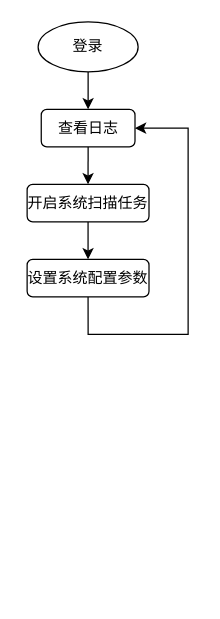
Earlier version of the draw.io diagram aqfh/漏扫/5.drawio (baibaip/diagrams). Source tidied: cells renumbered, new cells numbered last; positions are measured from the earlier drawing's top-left corner, leaving out a move shared by most shapes. Both pictures are drawn from the tidied source at 125%, with x=0, y=0 at pixel (26, 21).
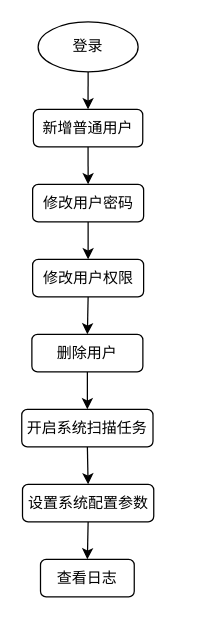
Above is the later version.

Diff of the diagram source:
```diff
@@
 <mxGraphModel>
   <root>
     <mxCell id="0" />
     <mxCell id="1" parent="0" />
     <mxCell id="2" style="edgeStyle=orthogonalEdgeStyle;rounded=0;jettySize=auto;html=1;exitX=0.5;exitY=1;exitDx=0;exitDy=0;entryX=0.5;entryY=0;entryDx=0;entryDy=0;" parent="1" edge="1" source="3" target="5">
       <mxGeometry relative="1" as="geometry" />
     </mxCell>
     <mxCell id="3" value="登录" style="ellipse;whiteSpace=wrap;html=1;" parent="1" vertex="1">
       <mxGeometry x="9" width="80" height="40" as="geometry" />
     </mxCell>
     <mxCell id="4" style="edgeStyle=orthogonalEdgeStyle;rounded=0;jettySize=auto;html=1;exitX=0.5;exitY=1;exitDx=0;exitDy=0;entryX=0.5;entryY=0;entryDx=0;entryDy=0;" parent="1" edge="1" source="5" target="7">
       <mxGeometry relative="1" as="geometry" />
     </mxCell>
-    <mxCell id="5" value="查看日志" style="rounded=1;whiteSpace=wrap;html=1;" parent="1" vertex="1">
-      <mxGeometry x="11.5" y="70" width="75" height="30" as="geometry" />
+    <mxCell id="5" value="新增普通用户" style="rounded=1;whiteSpace=wrap;html=1;" parent="1" vertex="1">
+      <mxGeometry x="5.2" y="70" width="87.5" height="30" as="geometry" />
     </mxCell>
-    <mxCell id="6" style="edgeStyle=orthogonalEdgeStyle;rounded=0;jettySize=auto;html=1;exitX=0.5;exitY=1;exitDx=0;exitDy=0;entryX=0.5;entryY=0;entryDx=0;entryDy=0;" parent="1" edge="1" source="7" target="9">
-      <mxGeometry relative="1" as="geometry" />
+    <mxCell id="6" style="edgeStyle=orthogonalEdgeStyle;rounded=0;jettySize=auto;html=1;exitX=0.5;exitY=1;exitDx=0;exitDy=0;entryX=0.5;entryY=0;entryDx=0;entryDy=0;" parent="1" edge="1" source="7">
+      <mxGeometry relative="1" as="geometry">
+        <mxPoint x="49" y="190" as="targetPoint" />
+      </mxGeometry>
     </mxCell>
-    <mxCell id="7" value="开启系统扫描任务" style="rounded=1;whiteSpace=wrap;html=1;" parent="1" vertex="1">
-      <mxGeometry x="0.2" y="130" width="97.5" height="30" as="geometry" />
+    <mxCell id="7" value="修改用户密码" style="rounded=1;whiteSpace=wrap;html=1;" parent="1" vertex="1">
+      <mxGeometry x="4.6" y="130" width="88.8" height="30" as="geometry" />
     </mxCell>
-    <mxCell id="8" style="edgeStyle=orthogonalEdgeStyle;rounded=0;jettySize=auto;html=1;exitX=0.5;exitY=1;exitDx=0;exitDy=0;entryX=1;entryY=0.5;entryDx=0;entryDy=0;" parent="1" edge="1" source="9" target="5">
-      <mxGeometry relative="1" as="geometry">
-        <Array as="points">
-          <mxPoint x="49" y="250" />
-          <mxPoint x="129" y="250" />
-          <mxPoint x="129" y="85" />
-        </Array>
-      </mxGeometry>
-    </mxCell>
+    <mxCell id="10" value="查看日志" style="rounded=1;whiteSpace=wrap;html=1;" parent="1" vertex="1">
+      <mxGeometry x="10.9" y="430" width="75" height="30" as="geometry" />
+    </mxCell>
+    <mxCell id="11" style="edgeStyle=orthogonalEdgeStyle;rounded=0;jettySize=auto;html=1;exitX=0.5;exitY=1;exitDx=0;exitDy=0;entryX=0.5;entryY=0;entryDx=0;entryDy=0;" parent="1" edge="1" source="12" target="14">
+      <mxGeometry relative="1" as="geometry" />
+    </mxCell>
+    <mxCell id="12" value="修改用户权限" style="rounded=1;whiteSpace=wrap;html=1;" parent="1" vertex="1">
+      <mxGeometry x="4.6" y="190" width="88.8" height="30" as="geometry" />
+    </mxCell>
+    <mxCell id="13" style="edgeStyle=orthogonalEdgeStyle;rounded=0;jettySize=auto;html=1;exitX=0.5;exitY=1;exitDx=0;exitDy=0;entryX=0.5;entryY=0;entryDx=0;entryDy=0;" parent="1" edge="1" source="14" target="16">
+      <mxGeometry relative="1" as="geometry" />
+    </mxCell>
+    <mxCell id="14" value="删除用户" style="rounded=1;whiteSpace=wrap;html=1;" parent="1" vertex="1">
+      <mxGeometry x="4" y="250" width="88.8" height="30" as="geometry" />
+    </mxCell>
+    <mxCell id="15" style="edgeStyle=orthogonalEdgeStyle;rounded=0;jettySize=auto;html=1;exitX=0.5;exitY=1;exitDx=0;exitDy=0;entryX=0.5;entryY=0;entryDx=0;entryDy=0;" parent="1" edge="1" source="16" target="9">
+      <mxGeometry relative="1" as="geometry" />
+    </mxCell>
+    <mxCell id="16" value="开启系统扫描任务" style="rounded=1;whiteSpace=wrap;html=1;" parent="1" vertex="1">
+      <mxGeometry x="-4.1" y="310" width="105" height="30" as="geometry" />
+    </mxCell>
+    <mxCell id="17" style="edgeStyle=orthogonalEdgeStyle;rounded=0;jettySize=auto;html=1;exitX=0.5;exitY=1;exitDx=0;exitDy=0;entryX=0.5;entryY=0;entryDx=0;entryDy=0;" parent="1" edge="1" source="9" target="10">
+      <mxGeometry relative="1" as="geometry" />
+    </mxCell>
     <mxCell id="9" value="设置系统配置参数" style="rounded=1;whiteSpace=wrap;html=1;" parent="1" vertex="1">
-      <mxGeometry x="0.2" y="190" width="97.5" height="30" as="geometry" />
+      <mxGeometry x="-3.5" y="370" width="105" height="30" as="geometry" />
     </mxCell>
   </root>
 </mxGraphModel>
```
